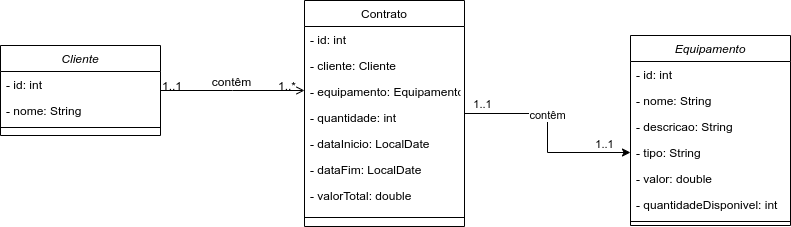
Above: DiagramaDeClasses.png in MatheusBear/Alugueis_de_Equipamentos (draw.io), before the change. Source tidied: cells renumbered, new cells last; positions are measured from the earlier drawing's top-left corner, leaving out a move shared by most shapes.
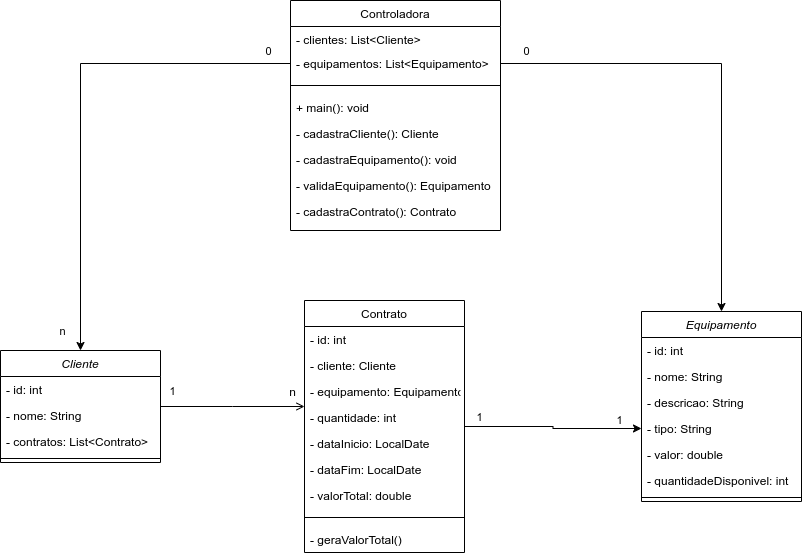
Later version of the same file.

Commit message:
Update diagram and create quantidadeDisponivel

What changed in the source:
```diff
@@ -3,7 +3,7 @@
     <mxCell id="0" />
     <mxCell id="1" parent="0" />
     <mxCell id="2" value="Cliente" style="swimlane;fontStyle=2;align=center;verticalAlign=top;horizontal=1;startSize=26;rounded=0;shadow=0;strokeWidth=1;" parent="1" vertex="1">
-      <mxGeometry y="45" width="160" height="90" as="geometry" />
+      <mxGeometry x="-11" y="315" width="160" height="112" as="geometry" />
     </mxCell>
     <mxCell id="3" value="- id: int" style="text;align=left;verticalAlign=top;spacingLeft=4;spacingRight=4;overflow=hidden;" parent="2" vertex="1">
       <mxGeometry y="26" width="160" height="26" as="geometry" />
@@ -11,29 +11,27 @@
     <mxCell id="4" value="- nome: String&#10;" style="text;align=left;verticalAlign=top;spacingLeft=4;spacingRight=4;overflow=hidden;rounded=0;shadow=0;html=0;" parent="2" vertex="1">
       <mxGeometry y="52" width="160" height="26" as="geometry" />
     </mxCell>
+    <mxCell id="31" value="- contratos: List&lt;Contrato&gt;&#10;" style="text;align=left;verticalAlign=top;spacingLeft=4;spacingRight=4;overflow=hidden;rounded=0;shadow=0;html=0;" parent="2" vertex="1">
+      <mxGeometry y="78" width="160" height="26" as="geometry" />
+    </mxCell>
     <mxCell id="5" style="line;html=1;strokeWidth=1;align=left;verticalAlign=middle;spacingTop=-1;spacingLeft=3;spacingRight=3;labelPosition=right;" parent="2" vertex="1">
-      <mxGeometry y="78" width="160" height="8" as="geometry" />
+      <mxGeometry y="104" width="160" height="8" as="geometry" />
     </mxCell>
     <mxCell id="6" style="edgeStyle=orthogonalEdgeStyle;rounded=0;jettySize=auto;html=1;entryX=0;entryY=0.5;entryDx=0;entryDy=0;" parent="1" edge="1" source="10" target="27">
       <mxGeometry relative="1" as="geometry" />
     </mxCell>
-    <mxCell id="7" value="1..1" style="edgeLabel;html=1;align=center;verticalAlign=middle;" parent="6" vertex="1">
+    <mxCell id="7" value="1" style="edgeLabel;html=1;align=center;verticalAlign=middle;" parent="6" vertex="1">
       <mxGeometry x="-0.77" y="2" relative="1" as="geometry">
         <mxPoint x="-7" y="-8" as="offset" />
       </mxGeometry>
     </mxCell>
-    <mxCell id="8" value="contêm" style="edgeLabel;html=1;align=center;verticalAlign=middle;" parent="6" vertex="1">
-      <mxGeometry x="-0.07" y="-1" relative="1" as="geometry">
-        <mxPoint y="-11" as="offset" />
-      </mxGeometry>
-    </mxCell>
-    <mxCell id="9" value="1..1" style="edgeLabel;html=1;align=center;verticalAlign=middle;" parent="6" vertex="1">
+    <mxCell id="9" value="1" style="edgeLabel;html=1;align=center;verticalAlign=middle;" parent="6" vertex="1">
       <mxGeometry x="0.7" relative="1" as="geometry">
         <mxPoint x="4" y="-9" as="offset" />
       </mxGeometry>
     </mxCell>
     <mxCell id="10" value="Contrato" style="swimlane;fontStyle=0;align=center;verticalAlign=top;horizontal=1;startSize=26;rounded=0;shadow=0;strokeWidth=1;" parent="1" vertex="1">
-      <mxGeometry x="304" width="160" height="226" as="geometry" />
+      <mxGeometry x="293" y="265" width="160" height="252" as="geometry" />
     </mxCell>
     <mxCell id="11" value="- id: int" style="text;align=left;verticalAlign=top;spacingLeft=4;spacingRight=4;overflow=hidden;" parent="10" vertex="1">
       <mxGeometry y="26" width="160" height="26" as="geometry" />
@@ -59,28 +57,31 @@
     <mxCell id="18" style="line;html=1;strokeWidth=1;align=left;verticalAlign=middle;spacingTop=-1;spacingLeft=3;spacingRight=3;labelPosition=right;" parent="10" vertex="1">
       <mxGeometry y="208" width="160" height="18" as="geometry" />
     </mxCell>
+    <mxCell id="32" value="- geraValorTotal()" style="text;align=left;verticalAlign=top;spacingLeft=4;spacingRight=4;overflow=hidden;" parent="10" vertex="1">
+      <mxGeometry y="226" width="160" height="26" as="geometry" />
+    </mxCell>
     <mxCell id="19" style="endArrow=open;shadow=0;strokeWidth=1;rounded=0;endFill=1;edgeStyle=elbowEdgeStyle;elbow=vertical;" parent="1" edge="1" source="2" target="10">
       <mxGeometry x="0.5" y="41" relative="1" as="geometry">
         <mxPoint x="-40" y="32" as="offset" />
       </mxGeometry>
     </mxCell>
-    <mxCell id="20" value="1..1" style="align=left;verticalAlign=bottom;labelBackgroundColor=none;fontSize=12;" parent="19" vertex="1">
+    <mxCell id="20" style="align=left;verticalAlign=bottom;labelBackgroundColor=none;fontSize=12;" parent="19" vertex="1">
       <mxGeometry x="-1" relative="1" as="geometry">
-        <mxPoint y="4" as="offset" />
+        <mxPoint y="5" as="offset" />
       </mxGeometry>
     </mxCell>
-    <mxCell id="21" value="1..*" style="align=right;verticalAlign=bottom;labelBackgroundColor=none;fontSize=12;" parent="19" vertex="1">
+    <mxCell id="21" value="n" style="align=right;verticalAlign=bottom;labelBackgroundColor=none;fontSize=12;" parent="19" vertex="1">
       <mxGeometry x="1" relative="1" as="geometry">
-        <mxPoint x="-7" y="4" as="offset" />
+        <mxPoint x="-7" y="-6" as="offset" />
       </mxGeometry>
     </mxCell>
-    <mxCell id="22" value="contêm" style="text;html=1;align=center;verticalAlign=middle;labelBackgroundColor=none;rounded=0;shadow=0;strokeWidth=1;fontSize=12;" parent="19" vertex="1">
-      <mxGeometry x="0.5" y="49" relative="1" as="geometry">
-        <mxPoint x="-38" y="40" as="offset" />
-      </mxGeometry>
-    </mxCell>
+    <mxCell id="33" value="1" style="edgeLabel;html=1;align=center;verticalAlign=middle;" parent="19" vertex="1">
+      <mxGeometry x="-0.79" y="-2" relative="1" as="geometry">
+        <mxPoint x="-4" y="-18" as="offset" />
+      </mxGeometry>
+    </mxCell>
     <mxCell id="23" value="Equipamento" style="swimlane;fontStyle=2;align=center;verticalAlign=top;horizontal=1;startSize=26;rounded=0;shadow=0;strokeWidth=1;" parent="1" vertex="1">
-      <mxGeometry x="630" y="35" width="160" height="190" as="geometry" />
+      <mxGeometry x="630" y="276" width="160" height="190" as="geometry" />
     </mxCell>
     <mxCell id="24" value="- id: int" style="text;align=left;verticalAlign=top;spacingLeft=4;spacingRight=4;overflow=hidden;" parent="23" vertex="1">
       <mxGeometry y="26" width="160" height="26" as="geometry" />
@@ -103,5 +104,58 @@
     <mxCell id="30" style="line;html=1;strokeWidth=1;align=left;verticalAlign=middle;spacingTop=-1;spacingLeft=3;spacingRight=3;labelPosition=right;" parent="23" vertex="1">
       <mxGeometry y="182" width="160" height="8" as="geometry" />
     </mxCell>
+    <mxCell id="34" value="Controladora" style="swimlane;fontStyle=0;align=center;verticalAlign=top;horizontal=1;startSize=26;rounded=0;shadow=0;strokeWidth=1;" parent="1" vertex="1">
+      <mxGeometry x="279" y="-35" width="210" height="230" as="geometry" />
+    </mxCell>
+    <mxCell id="35" value="- clientes: List&lt;Cliente&gt;" style="text;align=left;verticalAlign=top;spacingLeft=4;spacingRight=4;overflow=hidden;" parent="34" vertex="1">
+      <mxGeometry y="26" width="210" height="24" as="geometry" />
+    </mxCell>
+    <mxCell id="36" value="- equipamentos: List&lt;Equipamento&gt;" style="text;align=left;verticalAlign=top;spacingLeft=4;spacingRight=4;overflow=hidden;points=[[0,0.5],[1,0.5]];portConstraint=eastwest;rounded=0;shadow=0;html=0;" parent="34" vertex="1">
+      <mxGeometry y="50" width="210" height="26" as="geometry" />
+    </mxCell>
+    <mxCell id="37" style="line;html=1;strokeWidth=1;align=left;verticalAlign=middle;spacingTop=-1;spacingLeft=3;spacingRight=3;labelPosition=right;" parent="34" vertex="1">
+      <mxGeometry y="76" width="210" height="18" as="geometry" />
+    </mxCell>
+    <mxCell id="38" value="+ main(): void" style="text;align=left;verticalAlign=top;spacingLeft=4;spacingRight=4;overflow=hidden;rounded=0;shadow=0;html=0;" parent="34" vertex="1">
+      <mxGeometry y="94" width="210" height="26" as="geometry" />
+    </mxCell>
+    <mxCell id="39" value="- cadastraCliente(): Cliente&#10;" style="text;align=left;verticalAlign=top;spacingLeft=4;spacingRight=4;overflow=hidden;rounded=0;shadow=0;html=0;" parent="34" vertex="1">
+      <mxGeometry y="120" width="210" height="26" as="geometry" />
+    </mxCell>
+    <mxCell id="40" value="- cadastraEquipamento(): void&#10;" style="text;align=left;verticalAlign=top;spacingLeft=4;spacingRight=4;overflow=hidden;rounded=0;shadow=0;html=0;" parent="34" vertex="1">
+      <mxGeometry y="146" width="210" height="26" as="geometry" />
+    </mxCell>
+    <mxCell id="41" value="- validaEquipamento(): Equipamento&#10;" style="text;align=left;verticalAlign=top;spacingLeft=4;spacingRight=4;overflow=hidden;rounded=0;shadow=0;html=0;" parent="34" vertex="1">
+      <mxGeometry y="172" width="210" height="26" as="geometry" />
+    </mxCell>
+    <mxCell id="42" value="- cadastraContrato(): Contrato&#10;" style="text;align=left;verticalAlign=top;spacingLeft=4;spacingRight=4;overflow=hidden;rounded=0;shadow=0;html=0;" parent="34" vertex="1">
+      <mxGeometry y="198" width="210" height="26" as="geometry" />
+    </mxCell>
+    <mxCell id="43" style="edgeStyle=orthogonalEdgeStyle;rounded=0;jettySize=auto;html=1;exitX=0;exitY=0.5;exitDx=0;exitDy=0;entryX=0.5;entryY=0;entryDx=0;entryDy=0;" parent="1" edge="1" source="36" target="2">
+      <mxGeometry relative="1" as="geometry" />
+    </mxCell>
+    <mxCell id="44" value="0" style="edgeLabel;html=1;align=center;verticalAlign=middle;" parent="43" vertex="1">
+      <mxGeometry x="-0.91" y="1" relative="1" as="geometry">
+        <mxPoint y="-14" as="offset" />
+      </mxGeometry>
+    </mxCell>
+    <mxCell id="45" value="." style="edgeLabel;html=1;align=center;verticalAlign=middle;" parent="43" vertex="1">
+      <mxGeometry x="0.93" y="-3" relative="1" as="geometry">
+        <mxPoint x="-16" as="offset" />
+      </mxGeometry>
+    </mxCell>
+    <mxCell id="46" value="n" style="edgeLabel;html=1;align=center;verticalAlign=middle;" parent="43" vertex="1">
+      <mxGeometry x="0.9" y="2" relative="1" as="geometry">
+        <mxPoint x="-21" y="6" as="offset" />
+      </mxGeometry>
+    </mxCell>
+    <mxCell id="47" style="edgeStyle=orthogonalEdgeStyle;rounded=0;jettySize=auto;html=1;entryX=0.5;entryY=0;entryDx=0;entryDy=0;" parent="1" edge="1" source="36" target="23">
+      <mxGeometry relative="1" as="geometry" />
+    </mxCell>
+    <mxCell id="48" value="0" style="edgeLabel;html=1;align=center;verticalAlign=middle;" parent="47" vertex="1">
+      <mxGeometry x="-0.89" relative="1" as="geometry">
+        <mxPoint y="-13" as="offset" />
+      </mxGeometry>
+    </mxCell>
   </root>
 </mxGraphModel>
```
